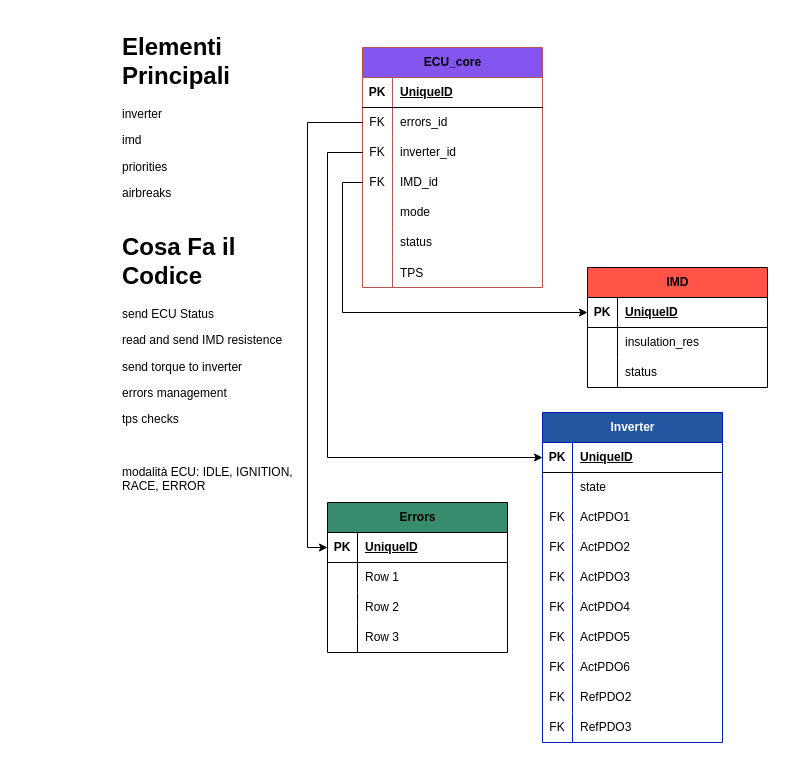
Before: UML_ECU.drawio in chiarafranco12/PMF_UMLs, a draw.io diagram. Source tidied: cells renumbered, new cells numbered last; positions are measured from the earlier drawing's top-left corner, leaving out a move shared by most shapes. Both pictures are drawn from the tidied source at 100%, with x=0, y=0 at pixel (117, 27).
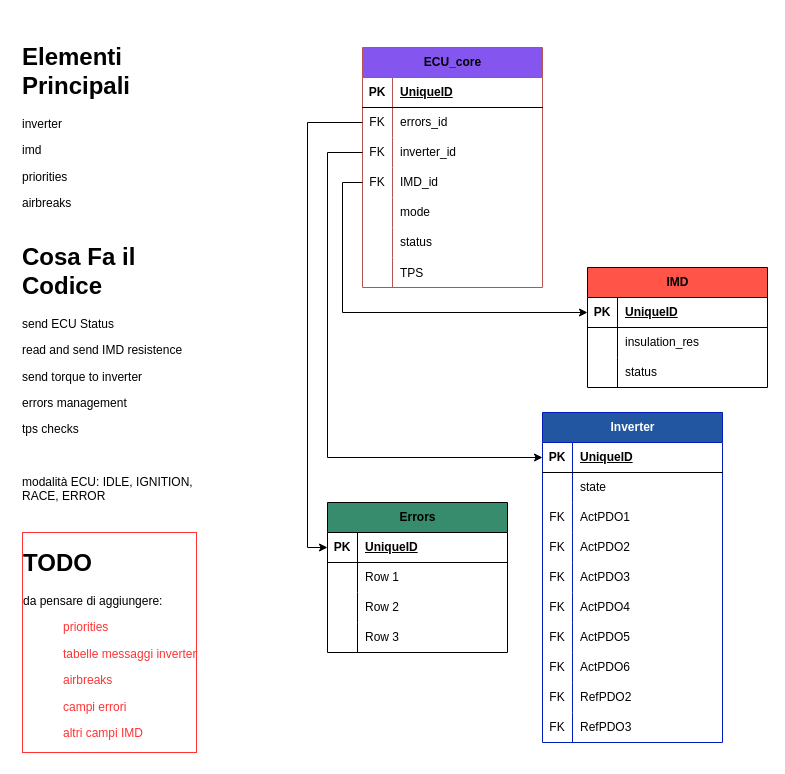
The same diagram, later.

Change to the diagram source:
```diff
@@
     <mxCell id="2" value="&lt;h1&gt;Elementi Principali&lt;/h1&gt;&lt;p&gt;inverter&lt;br&gt;&lt;/p&gt;&lt;p&gt;imd&lt;/p&gt;&lt;p&gt;&lt;span style=&quot;background-color: initial;&quot;&gt;priorities&lt;/span&gt;&lt;/p&gt;&lt;div style=&quot;border-color: var(--border-color);&quot;&gt;airbreaks&lt;/div&gt;" style="text;html=1;strokeColor=none;fillColor=none;spacing=5;spacingTop=-20;whiteSpace=wrap;overflow=hidden;rounded=0;" parent="1" vertex="1">
-      <mxGeometry width="190" height="200" as="geometry" />
+      <mxGeometry x="-100" y="10" width="190" height="200" as="geometry" />
     </mxCell>
     <mxCell id="3" value="&lt;h1&gt;Cosa Fa il Codice&lt;/h1&gt;&lt;p&gt;send ECU Status&amp;nbsp;&lt;/p&gt;&lt;p&gt;read and send IMD resistence&lt;/p&gt;&lt;p&gt;send torque to inverter&lt;/p&gt;&lt;p&gt;errors management&lt;/p&gt;&lt;p&gt;tps checks&lt;/p&gt;&lt;p&gt;&lt;br&gt;&lt;/p&gt;&lt;p&gt;modalità ECU: IDLE, IGNITION, RACE, ERROR&lt;/p&gt;" style="text;html=1;strokeColor=none;fillColor=none;spacing=5;spacingTop=-20;whiteSpace=wrap;overflow=hidden;rounded=0;" parent="1" vertex="1">
-      <mxGeometry y="200" width="190" height="280" as="geometry" />
+      <mxGeometry x="-100" y="210" width="190" height="280" as="geometry" />
     </mxCell>
@@
+    <mxCell id="83" value="&lt;h1&gt;&lt;span style=&quot;background-color: initial;&quot;&gt;TODO&lt;/span&gt;&lt;/h1&gt;&lt;span style=&quot;background-color: initial;&quot;&gt;da pensare di aggiungere:&lt;/span&gt;&lt;br&gt;&lt;blockquote style=&quot;margin: 0 0 0 40px; border: none; padding: 0px;&quot;&gt;&lt;p&gt;&lt;span style=&quot;border-color: var(--border-color); color: rgb(255, 51, 51); background-color: initial;&quot;&gt;priorities&lt;/span&gt;&lt;/p&gt;&lt;p&gt;&lt;span style=&quot;border-color: var(--border-color); color: rgb(255, 51, 51); background-color: initial;&quot;&gt;tabelle messaggi inverter&lt;/span&gt;&lt;/p&gt;&lt;p&gt;&lt;span style=&quot;border-color: var(--border-color); color: rgb(255, 51, 51); background-color: initial;&quot;&gt;airbreaks&lt;/span&gt;&lt;/p&gt;&lt;p&gt;&lt;span style=&quot;border-color: var(--border-color); color: rgb(255, 51, 51); background-color: initial;&quot;&gt;campi errori&lt;/span&gt;&lt;/p&gt;&lt;p&gt;&lt;span style=&quot;color: rgb(255, 51, 51);&quot;&gt;altri campi IMD&lt;/span&gt;&lt;/p&gt;&lt;/blockquote&gt;&lt;blockquote style=&quot;border: none; color: rgb(255, 51, 51); margin: 0px 0px 0px 40px; padding: 0px;&quot;&gt;&lt;/blockquote&gt;&lt;blockquote style=&quot;border: none; color: rgb(255, 51, 51); margin: 0px 0px 0px 40px; padding: 0px;&quot;&gt;&lt;/blockquote&gt;&lt;blockquote style=&quot;border: none; color: rgb(255, 51, 51); margin: 0px 0px 0px 40px; padding: 0px;&quot;&gt;&lt;/blockquote&gt;&lt;blockquote style=&quot;border: none; color: rgb(255, 51, 51); margin: 0px 0px 0px 40px; padding: 0px;&quot;&gt;&lt;/blockquote&gt;" style="text;html=1;strokeColor=none;fillColor=none;spacing=5;spacingTop=-20;whiteSpace=wrap;overflow=hidden;rounded=0;labelBorderColor=#FF3333;" parent="1" vertex="1">
+      <mxGeometry x="-100" y="515" width="190" height="215" as="geometry" />
+    </mxCell>
```
